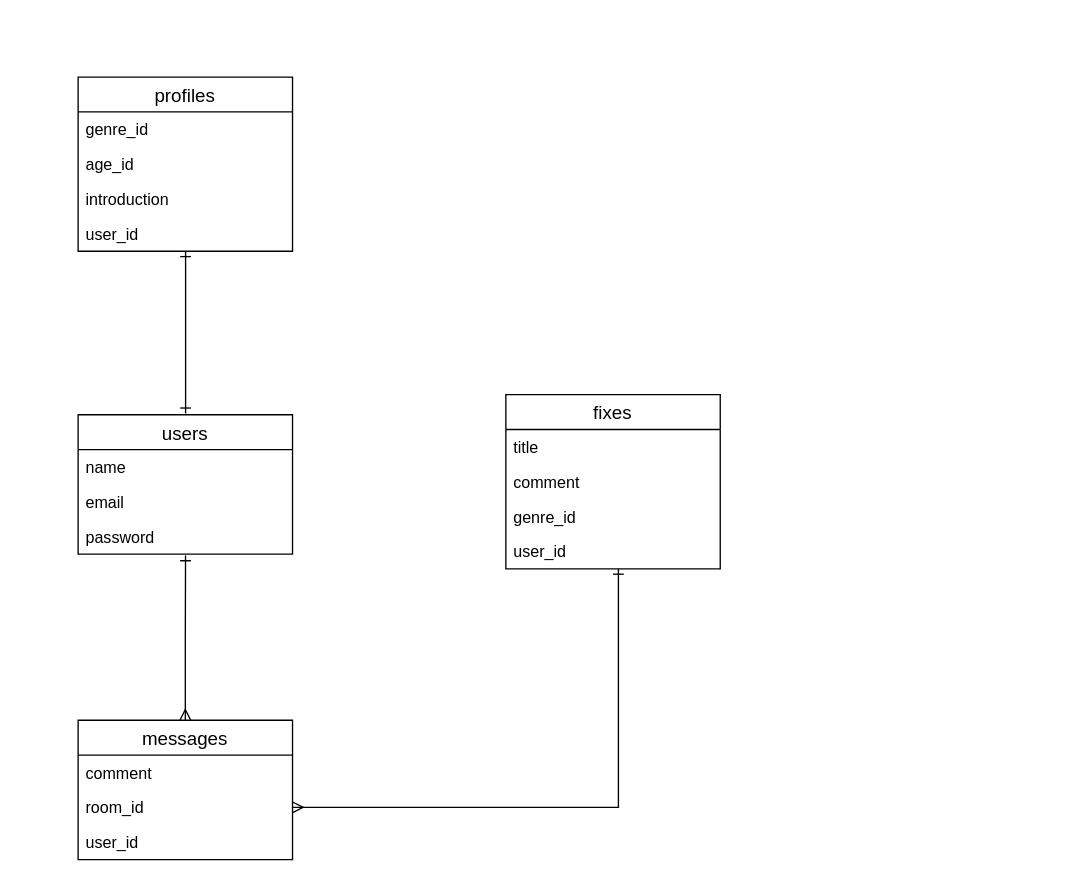
This is retouch.dio from nao0313/retouch, a draw.io file, before an edit. Source tidied: cells renumbered, new cells numbered last; positions are measured from the earlier drawing's top-left corner, leaving out a move shared by most shapes. Both pictures are drawn from the tidied source at 134%, with x=0, y=0 at pixel (78, 76).
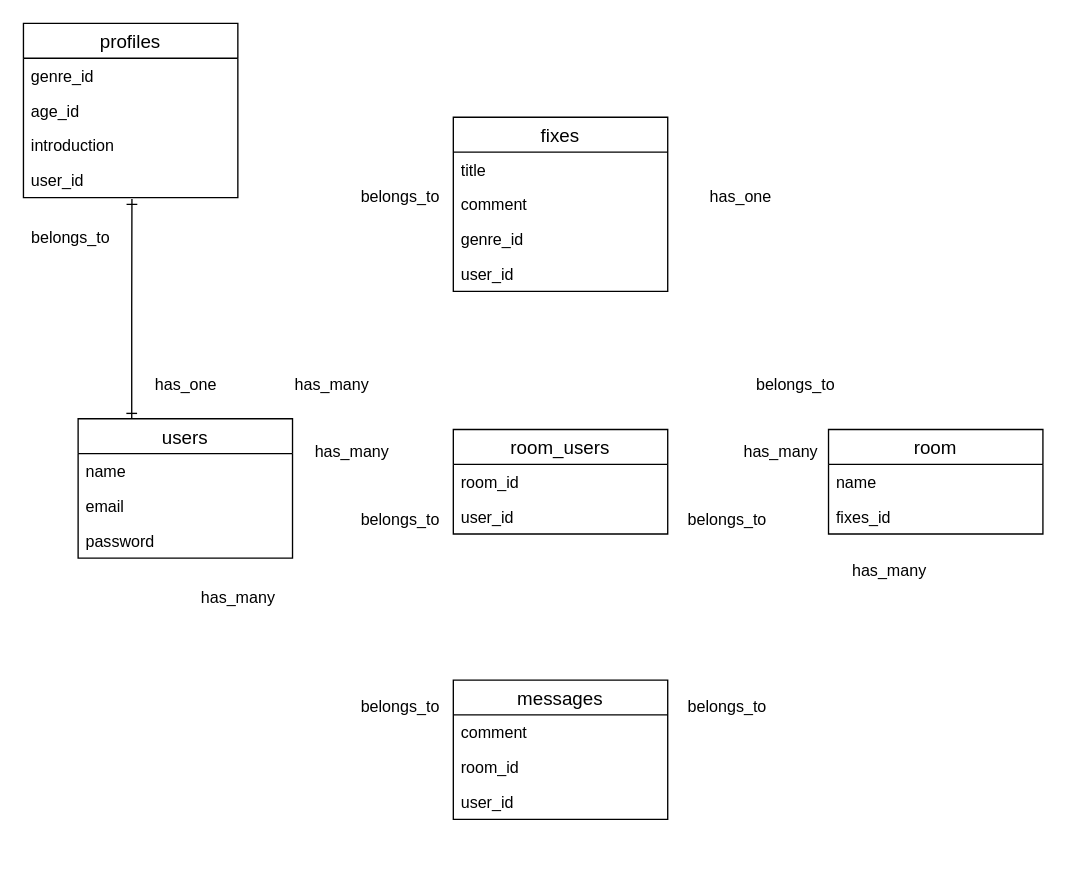
The same page after the edit.

The change refers to these unchanged cells:
```xml
<mxCell id="11" value="room_id" style="text;strokeColor=none;fillColor=none;spacingLeft=4;spacingRight=4;overflow=hidden;points=[[0,0.5],[1,0.5]];portConstraint=eastwest;fontSize=12;" parent="9" vertex="1">
  <mxGeometry y="52" width="160" height="26" as="geometry" />
</mxCell>
<mxCell id="14" value="title" style="text;strokeColor=none;fillColor=none;spacingLeft=4;spacingRight=4;overflow=hidden;points=[[0,0.5],[1,0.5]];portConstraint=eastwest;fontSize=12;" parent="13" vertex="1">
  <mxGeometry y="26" width="160" height="26" as="geometry" />
</mxCell>
<mxCell id="15" value="comment" style="text;strokeColor=none;fillColor=none;spacingLeft=4;spacingRight=4;overflow=hidden;points=[[0,0.5],[1,0.5]];portConstraint=eastwest;fontSize=12;" parent="13" vertex="1">
  <mxGeometry y="52" width="160" height="26" as="geometry" />
</mxCell>
<mxCell id="17" value="user_id&#10;" style="text;strokeColor=none;fillColor=none;spacingLeft=4;spacingRight=4;overflow=hidden;points=[[0,0.5],[1,0.5]];portConstraint=eastwest;fontSize=12;" parent="13" vertex="1">
  <mxGeometry y="104" width="160" height="26" as="geometry" />
</mxCell>
```

What changed in the source:
```diff
@@
+    <mxCell id="24" style="edgeStyle=orthogonalEdgeStyle;rounded=0;jettySize=auto;html=1;entryX=1;entryY=0.5;entryDx=0;entryDy=0;startArrow=ERone;startFill=0;endArrow=ERone;endFill=0;strokeColor=#FFFFFF;" parent="1" edge="1" target="14">
+      <mxGeometry relative="1" as="geometry">
+        <mxPoint x="579" y="262" as="sourcePoint" />
+      </mxGeometry>
+    </mxCell>
-    <mxCell id="2" style="edgeStyle=orthogonalEdgeStyle;rounded=0;jettySize=auto;html=1;exitX=1.007;exitY=0.923;exitDx=0;exitDy=0;entryX=0;entryY=0.5;entryDx=0;entryDy=0;startArrow=ERone;startFill=0;endArrow=ERmany;endFill=0;strokeColor=#FFFFFF;exitPerimeter=0;" parent="1" edge="1" source="5" target="15">
+    <mxCell id="2" style="edgeStyle=orthogonalEdgeStyle;rounded=0;jettySize=auto;html=1;exitX=0.92;exitY=-0.01;exitDx=0;exitDy=0;entryX=0;entryY=0.5;entryDx=0;entryDy=0;startArrow=ERone;startFill=0;endArrow=ERmany;endFill=0;strokeColor=#FFFFFF;exitPerimeter=0;" parent="1" edge="1" source="4" target="14">
       <mxGeometry relative="1" as="geometry" />
     </mxCell>
-    <mxCell id="3" style="edgeStyle=orthogonalEdgeStyle;rounded=0;orthogonalLoop=1;jettySize=auto;html=1;entryX=0.506;entryY=1.038;entryDx=0;entryDy=0;entryPerimeter=0;endArrow=ERone;endFill=0;startArrow=ERone;startFill=0;" parent="1" edge="1">
-      <mxGeometry relative="1" as="geometry">
-        <mxPoint x="80" y="251" as="sourcePoint" />
-        <mxPoint x="80" y="130" as="targetPoint" />
-      </mxGeometry>
-    </mxCell>
-    <mxCell id="4" value="users" style="swimlane;fontStyle=0;horizontal=1;startSize=26;align=center;fontSize=14;" parent="1" vertex="1">
-      <mxGeometry x="-0.2" y="252" width="160" height="104" as="geometry" />
-    </mxCell>
-    <mxCell id="5" value="name" style="text;strokeColor=none;fillColor=none;spacingLeft=4;spacingRight=4;overflow=hidden;points=[[0,0.5],[1,0.5]];portConstraint=eastwest;fontSize=12;" parent="4" vertex="1">
-      <mxGeometry y="26" width="160" height="26" as="geometry" />
-    </mxCell>
-    <mxCell id="6" value="email" style="text;strokeColor=none;fillColor=none;spacingLeft=4;spacingRight=4;overflow=hidden;fontSize=12;" parent="4" vertex="1">
-      <mxGeometry y="52" width="160" height="26" as="geometry" />
-    </mxCell>
-    <mxCell id="7" value="password" style="text;strokeColor=none;fillColor=none;spacingLeft=4;spacingRight=4;overflow=hidden;points=[[0,0.5],[1,0.5]];portConstraint=eastwest;fontSize=12;" parent="4" vertex="1">
-      <mxGeometry y="78" width="160" height="26" as="geometry" />
-    </mxCell>
-    <mxCell id="8" style="edgeStyle=orthogonalEdgeStyle;rounded=0;jettySize=auto;html=1;entryX=0.501;entryY=1.038;entryDx=0;entryDy=0;entryPerimeter=0;startArrow=ERmany;startFill=0;endArrow=ERone;endFill=0;" parent="1" edge="1" source="9" target="7">
-      <mxGeometry relative="1" as="geometry" />
-    </mxCell>
+    <mxCell id="25" style="edgeStyle=orthogonalEdgeStyle;rounded=0;jettySize=auto;html=1;exitX=0;exitY=0.5;exitDx=0;exitDy=0;entryX=0.463;entryY=1.038;entryDx=0;entryDy=0;entryPerimeter=0;strokeColor=#FFFFFF;startArrow=ERmany;startFill=0;endArrow=ERone;endFill=0;" parent="1" edge="1" source="11" target="7">
+      <mxGeometry relative="1" as="geometry" />
+    </mxCell>
+    <mxCell id="26" style="edgeStyle=orthogonalEdgeStyle;rounded=0;jettySize=auto;html=1;exitX=1;exitY=0.5;exitDx=0;exitDy=0;entryX=0.513;entryY=1.038;entryDx=0;entryDy=0;entryPerimeter=0;startArrow=ERmany;startFill=0;endArrow=ERone;endFill=0;strokeColor=#FFFFFF;" parent="1" edge="1" source="11" target="45">
+      <mxGeometry relative="1" as="geometry" />
+    </mxCell>
+    <mxCell id="27" style="edgeStyle=orthogonalEdgeStyle;rounded=0;jettySize=auto;html=1;exitX=0;exitY=0.5;exitDx=0;exitDy=0;entryX=1;entryY=0.5;entryDx=0;entryDy=0;startArrow=ERone;startFill=0;endArrow=ERmany;endFill=0;strokeColor=#FFFFFF;" parent="1" edge="1" target="41">
+      <mxGeometry relative="1" as="geometry">
+        <mxPoint x="559.8" y="302" as="sourcePoint" />
+      </mxGeometry>
+    </mxCell>
+    <mxCell id="28" style="edgeStyle=orthogonalEdgeStyle;rounded=0;jettySize=auto;html=1;exitX=0;exitY=0.5;exitDx=0;exitDy=0;entryX=1;entryY=0.5;entryDx=0;entryDy=0;startArrow=ERmany;startFill=0;endArrow=ERone;endFill=0;strokeColor=#FFFFFF;" parent="1" edge="1" source="41">
+      <mxGeometry relative="1" as="geometry">
+        <mxPoint x="159.8" y="302" as="targetPoint" />
+      </mxGeometry>
+    </mxCell>
+    <mxCell id="29" value="belongs_to" style="text;html=1;align=center;verticalAlign=middle;" parent="1" vertex="1">
+      <mxGeometry x="204.8" y="80" width="70" height="20" as="geometry" />
+    </mxCell>
+    <mxCell id="30" value="has_many" style="text;html=1;align=center;verticalAlign=middle;" parent="1" vertex="1">
+      <mxGeometry x="154" y="220" width="70" height="20" as="geometry" />
+    </mxCell>
+    <mxCell id="31" value="belongs_to" style="text;html=1;align=center;verticalAlign=middle;" parent="1" vertex="1">
+      <mxGeometry x="204.8" y="321" width="70" height="20" as="geometry" />
+    </mxCell>
+    <mxCell id="32" value="belongs_to" style="text;html=1;align=center;verticalAlign=middle;" parent="1" vertex="1">
+      <mxGeometry x="204.8" y="460" width="70" height="20" as="geometry" />
+    </mxCell>
+    <mxCell id="33" value="belongs_to" style="text;html=1;align=center;verticalAlign=middle;" parent="1" vertex="1">
+      <mxGeometry x="449" y="460" width="70" height="20" as="geometry" />
+    </mxCell>
+    <mxCell id="34" value="belongs_to" style="text;html=1;align=center;verticalAlign=middle;" parent="1" vertex="1">
+      <mxGeometry x="499.8" y="220" width="70" height="20" as="geometry" />
+    </mxCell>
+    <mxCell id="35" value="belongs_to" style="text;html=1;align=center;verticalAlign=middle;" parent="1" vertex="1">
+      <mxGeometry x="449" y="321" width="70" height="20" as="geometry" />
+    </mxCell>
+    <mxCell id="36" value="has_many" style="text;html=1;align=center;verticalAlign=middle;" parent="1" vertex="1">
+      <mxGeometry x="84" y="379" width="70" height="20" as="geometry" />
+    </mxCell>
+    <mxCell id="37" value="has_many" style="text;html=1;align=center;verticalAlign=middle;" parent="1" vertex="1">
+      <mxGeometry x="169" y="270" width="70" height="20" as="geometry" />
+    </mxCell>
+    <mxCell id="38" value="has_many" style="text;html=1;align=center;verticalAlign=middle;" parent="1" vertex="1">
+      <mxGeometry x="489" y="270" width="70" height="20" as="geometry" />
+    </mxCell>
+    <mxCell id="39" value="has_many" style="text;html=1;align=center;verticalAlign=middle;" parent="1" vertex="1">
+      <mxGeometry x="569.8" y="359" width="70" height="20" as="geometry" />
+    </mxCell>
+    <mxCell id="19" value="profiles" style="swimlane;fontStyle=0;horizontal=1;startSize=26;align=center;fontSize=14;" parent="1" vertex="1">
+      <mxGeometry x="-41" y="-40" width="160" height="130" as="geometry" />
+    </mxCell>
+    <mxCell id="20" value="genre_id" style="text;strokeColor=none;fillColor=none;spacingLeft=4;spacingRight=4;overflow=hidden;fontSize=12;" parent="19" vertex="1">
+      <mxGeometry y="26" width="160" height="26" as="geometry" />
+    </mxCell>
+    <mxCell id="21" value="age_id" style="text;strokeColor=none;fillColor=none;spacingLeft=4;spacingRight=4;overflow=hidden;fontSize=12;" parent="19" vertex="1">
+      <mxGeometry y="52" width="160" height="26" as="geometry" />
+    </mxCell>
+    <mxCell id="22" value="introduction" style="text;strokeColor=none;fillColor=none;spacingLeft=4;spacingRight=4;overflow=hidden;fontSize=12;" parent="19" vertex="1">
+      <mxGeometry y="78" width="160" height="26" as="geometry" />
+    </mxCell>
+    <mxCell id="23" value="user_id&#10;" style="text;strokeColor=none;fillColor=none;spacingLeft=4;spacingRight=4;overflow=hidden;points=[[0,0.5],[1,0.5]];portConstraint=eastwest;fontSize=12;" parent="19" vertex="1">
+      <mxGeometry y="104" width="160" height="26" as="geometry" />
+    </mxCell>
+    <mxCell id="40" value="room_users" style="swimlane;fontStyle=0;horizontal=1;startSize=26;align=center;fontSize=14;" parent="1" vertex="1">
+      <mxGeometry x="279.8" y="263" width="160" height="78" as="geometry" />
+    </mxCell>
+    <mxCell id="41" value="room_id" style="text;strokeColor=none;fillColor=none;spacingLeft=4;spacingRight=4;overflow=hidden;points=[[0,0.5],[1,0.5]];portConstraint=eastwest;fontSize=12;" parent="40" vertex="1">
+      <mxGeometry y="26" width="160" height="26" as="geometry" />
+    </mxCell>
+    <mxCell id="42" value="user_id" style="text;strokeColor=none;fillColor=none;spacingLeft=4;spacingRight=4;overflow=hidden;fontSize=12;" parent="40" vertex="1">
+      <mxGeometry y="52" width="160" height="26" as="geometry" />
+    </mxCell>
     <mxCell id="9" value="messages" style="swimlane;fontStyle=0;horizontal=1;startSize=26;align=center;fontSize=14;" parent="1" vertex="1">
-      <mxGeometry x="-0.2" y="480" width="160" height="104" as="geometry" />
+      <mxGeometry x="279.8" y="450" width="160" height="104" as="geometry" />
     </mxCell>
@@
     <mxCell id="13" value="fixes" style="swimlane;fontStyle=0;horizontal=1;startSize=26;align=center;fontSize=14;" parent="1" vertex="1">
-      <mxGeometry x="319" y="237" width="160" height="130" as="geometry" />
+      <mxGeometry x="279.8" y="30" width="160" height="130" as="geometry" />
     </mxCell>
@@
-    <mxCell id="18" style="edgeStyle=orthogonalEdgeStyle;rounded=0;jettySize=auto;html=1;entryX=0.525;entryY=1;entryDx=0;entryDy=0;entryPerimeter=0;endArrow=ERone;endFill=0;startArrow=ERmany;startFill=0;" parent="1" edge="1" source="11" target="17">
-      <mxGeometry relative="1" as="geometry" />
-    </mxCell>
-    <mxCell id="19" value="profiles" style="swimlane;fontStyle=0;horizontal=1;startSize=26;align=center;fontSize=14;" parent="1" vertex="1">
-      <mxGeometry x="-0.2" width="160" height="130" as="geometry" />
-    </mxCell>
-    <mxCell id="20" value="genre_id" style="text;strokeColor=none;fillColor=none;spacingLeft=4;spacingRight=4;overflow=hidden;fontSize=12;" parent="19" vertex="1">
-      <mxGeometry y="26" width="160" height="26" as="geometry" />
-    </mxCell>
-    <mxCell id="21" value="age_id" style="text;strokeColor=none;fillColor=none;spacingLeft=4;spacingRight=4;overflow=hidden;fontSize=12;" parent="19" vertex="1">
-      <mxGeometry y="52" width="160" height="26" as="geometry" />
-    </mxCell>
-    <mxCell id="22" value="introduction" style="text;strokeColor=none;fillColor=none;spacingLeft=4;spacingRight=4;overflow=hidden;fontSize=12;" parent="19" vertex="1">
-      <mxGeometry y="78" width="160" height="26" as="geometry" />
-    </mxCell>
-    <mxCell id="23" value="user_id&#10;" style="text;strokeColor=none;fillColor=none;spacingLeft=4;spacingRight=4;overflow=hidden;points=[[0,0.5],[1,0.5]];portConstraint=eastwest;fontSize=12;" parent="19" vertex="1">
-      <mxGeometry y="104" width="160" height="26" as="geometry" />
-    </mxCell>
+    <mxCell id="3" style="edgeStyle=orthogonalEdgeStyle;rounded=0;jettySize=auto;html=1;exitX=0.25;exitY=0;exitDx=0;exitDy=0;entryX=0.506;entryY=1.038;entryDx=0;entryDy=0;entryPerimeter=0;endArrow=ERone;endFill=0;startArrow=ERone;startFill=0;" parent="1" edge="1" source="4" target="23">
+      <mxGeometry relative="1" as="geometry" />
+    </mxCell>
+    <mxCell id="4" value="users" style="swimlane;fontStyle=0;horizontal=1;startSize=26;align=center;fontSize=14;" parent="1" vertex="1">
+      <mxGeometry x="-0.2" y="255" width="160" height="104" as="geometry" />
+    </mxCell>
+    <mxCell id="5" value="name" style="text;strokeColor=none;fillColor=none;spacingLeft=4;spacingRight=4;overflow=hidden;points=[[0,0.5],[1,0.5]];portConstraint=eastwest;fontSize=12;" parent="4" vertex="1">
+      <mxGeometry y="26" width="160" height="26" as="geometry" />
+    </mxCell>
+    <mxCell id="6" value="email" style="text;strokeColor=none;fillColor=none;spacingLeft=4;spacingRight=4;overflow=hidden;fontSize=12;" parent="4" vertex="1">
+      <mxGeometry y="52" width="160" height="26" as="geometry" />
+    </mxCell>
+    <mxCell id="7" value="password" style="text;strokeColor=none;fillColor=none;spacingLeft=4;spacingRight=4;overflow=hidden;points=[[0,0.5],[1,0.5]];portConstraint=eastwest;fontSize=12;" parent="4" vertex="1">
+      <mxGeometry y="78" width="160" height="26" as="geometry" />
+    </mxCell>
+    <mxCell id="43" value="room" style="swimlane;fontStyle=0;horizontal=1;startSize=26;align=center;fontSize=14;" parent="1" vertex="1">
+      <mxGeometry x="559.8" y="263" width="160" height="78" as="geometry" />
+    </mxCell>
+    <mxCell id="44" value="name" style="text;strokeColor=none;fillColor=none;spacingLeft=4;spacingRight=4;overflow=hidden;fontSize=12;" parent="43" vertex="1">
+      <mxGeometry y="26" width="160" height="26" as="geometry" />
+    </mxCell>
+    <mxCell id="45" value="fixes_id" style="text;strokeColor=none;fillColor=none;spacingLeft=4;spacingRight=4;overflow=hidden;points=[[0,0.5],[1,0.5]];portConstraint=eastwest;fontSize=12;" parent="43" vertex="1">
+      <mxGeometry y="52" width="160" height="26" as="geometry" />
+    </mxCell>
+    <mxCell id="46" value="has_one" style="text;html=1;align=center;verticalAlign=middle;" parent="1" vertex="1">
+      <mxGeometry x="464" y="80" width="60" height="20" as="geometry" />
+    </mxCell>
+    <mxCell id="47" value="belongs_to" style="text;html=1;align=center;verticalAlign=middle;" parent="1" vertex="1">
+      <mxGeometry x="-41" y="110" width="70" height="20" as="geometry" />
+    </mxCell>
+    <mxCell id="48" value="has_one" style="text;html=1;align=center;verticalAlign=middle;" parent="1" vertex="1">
+      <mxGeometry x="49.8" y="220" width="60" height="20" as="geometry" />
+    </mxCell>
```
